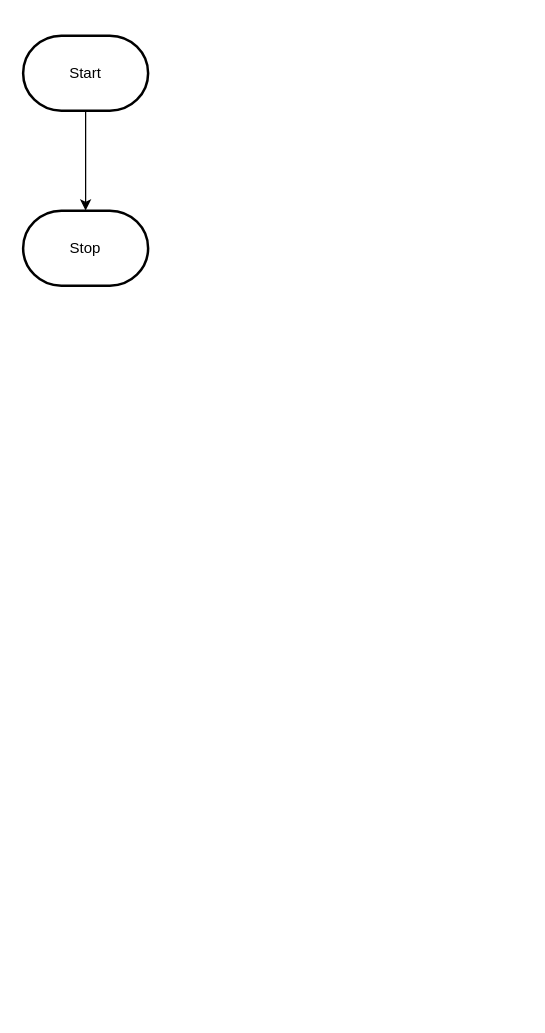
Before: design/flowchart.drawio in MTHS-ICS2O-2-2022/ICS2O-Unit-5-01-jakub-malhotra, a draw.io diagram. Source tidied: cells renumbered, new cells numbered last; positions are measured from the earlier drawing's top-left corner, leaving out a move shared by most shapes. Both pictures are drawn from the tidied source at 125%, with x=0, y=0 at pixel (22, 35).
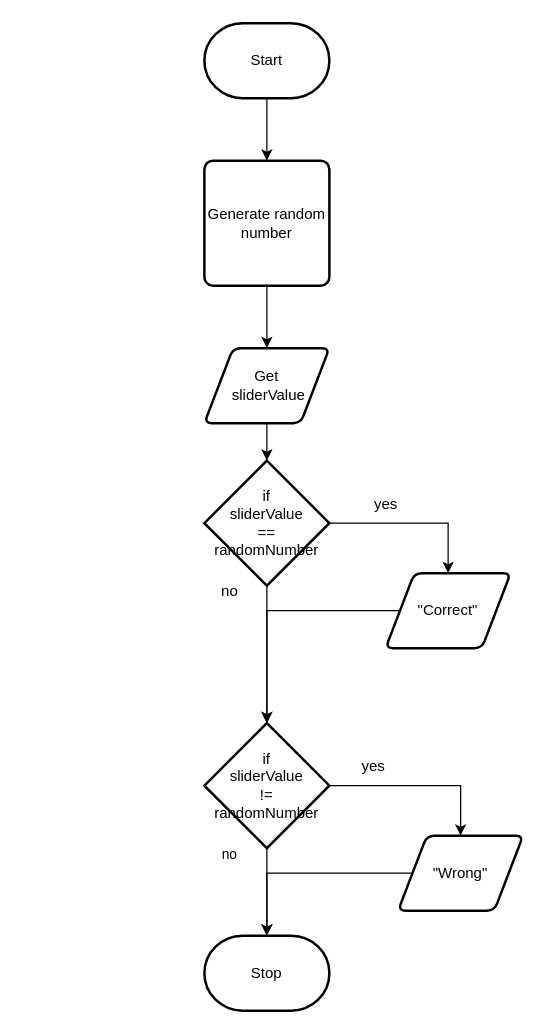
The same diagram, later.

Diff of the diagram source:
```diff
@@
-    <mxCell id="2" style="edgeStyle=orthogonalEdgeStyle;html=1;rounded=0;" parent="1" edge="1" source="3" target="4">
-      <mxGeometry relative="1" as="geometry" />
-    </mxCell>
+    <mxCell id="5" style="edgeStyle=none;html=1;exitX=0.5;exitY=1;exitDx=0;exitDy=0;exitPerimeter=0;entryX=0.5;entryY=0;entryDx=0;entryDy=0;" parent="1" edge="1" source="3" target="2">
+      <mxGeometry relative="1" as="geometry" />
+    </mxCell>
     <mxCell id="3" value="Start" style="strokeWidth=2;html=1;shape=mxgraph.flowchart.terminator;whiteSpace=wrap;" parent="1" vertex="1">
-      <mxGeometry width="100" height="60" as="geometry" />
+      <mxGeometry x="145" y="-10" width="100" height="60" as="geometry" />
     </mxCell>
     <mxCell id="4" value="Stop" style="strokeWidth=2;html=1;shape=mxgraph.flowchart.terminator;whiteSpace=wrap;" parent="1" vertex="1">
-      <mxGeometry y="140" width="100" height="60" as="geometry" />
+      <mxGeometry x="145" y="720" width="100" height="60" as="geometry" />
     </mxCell>
+    <mxCell id="6" style="edgeStyle=orthogonalEdgeStyle;html=1;exitX=0.5;exitY=1;exitDx=0;exitDy=0;entryX=0.5;entryY=0;entryDx=0;entryDy=0;" parent="1" edge="1" source="2" target="8">
+      <mxGeometry relative="1" as="geometry" />
+    </mxCell>
+    <mxCell id="2" value="Generate random number" style="rounded=1;whiteSpace=wrap;html=1;absoluteArcSize=1;arcSize=14;strokeWidth=2;" parent="1" vertex="1">
+      <mxGeometry x="145" y="100" width="100" height="100" as="geometry" />
+    </mxCell>
+    <mxCell id="7" style="edgeStyle=orthogonalEdgeStyle;html=1;exitX=0.5;exitY=1;exitDx=0;exitDy=0;entryX=0.5;entryY=0;entryDx=0;entryDy=0;entryPerimeter=0;" parent="1" edge="1" source="8" target="11">
+      <mxGeometry relative="1" as="geometry" />
+    </mxCell>
+    <mxCell id="8" value="Get&lt;br&gt;&amp;nbsp;sliderValue" style="shape=parallelogram;html=1;strokeWidth=2;perimeter=parallelogramPerimeter;whiteSpace=wrap;rounded=1;arcSize=12;size=0.23;" parent="1" vertex="1">
+      <mxGeometry x="145" y="250" width="100" height="60" as="geometry" />
+    </mxCell>
+    <mxCell id="9" style="edgeStyle=orthogonalEdgeStyle;html=1;exitX=1;exitY=0.5;exitDx=0;exitDy=0;exitPerimeter=0;entryX=0.5;entryY=0;entryDx=0;entryDy=0;rounded=0;" parent="1" edge="1" source="11" target="14">
+      <mxGeometry relative="1" as="geometry" />
+    </mxCell>
+    <mxCell id="10" style="edgeStyle=orthogonalEdgeStyle;rounded=0;html=1;exitX=0.5;exitY=1;exitDx=0;exitDy=0;exitPerimeter=0;entryX=0.5;entryY=0;entryDx=0;entryDy=0;entryPerimeter=0;" parent="1" edge="1" source="11" target="18">
+      <mxGeometry relative="1" as="geometry" />
+    </mxCell>
+    <mxCell id="11" value="if&lt;br&gt;sliderValue&lt;br&gt;==&lt;br&gt;randomNumber" style="strokeWidth=2;html=1;shape=mxgraph.flowchart.decision;whiteSpace=wrap;" parent="1" vertex="1">
+      <mxGeometry x="145" y="340" width="100" height="100" as="geometry" />
+    </mxCell>
+    <mxCell id="12" style="edgeStyle=orthogonalEdgeStyle;rounded=0;html=1;exitX=0;exitY=0.5;exitDx=0;exitDy=0;entryX=1.141;entryY=0.693;entryDx=0;entryDy=0;entryPerimeter=0;strokeColor=none;" parent="1" edge="1" source="14" target="19">
+      <mxGeometry relative="1" as="geometry" />
+    </mxCell>
+    <mxCell id="13" style="edgeStyle=orthogonalEdgeStyle;shape=connector;rounded=0;html=1;labelBackgroundColor=default;strokeColor=default;fontFamily=Helvetica;fontSize=11;fontColor=default;endArrow=classic;" parent="1" edge="1" source="14" target="18">
+      <mxGeometry relative="1" as="geometry">
+        <Array as="points">
+          <mxPoint x="195" y="460" />
+        </Array>
+      </mxGeometry>
+    </mxCell>
+    <mxCell id="14" value="&quot;Correct&quot;" style="shape=parallelogram;html=1;strokeWidth=2;perimeter=parallelogramPerimeter;whiteSpace=wrap;rounded=1;arcSize=12;size=0.23;" parent="1" vertex="1">
+      <mxGeometry x="290" y="430" width="100" height="60" as="geometry" />
+    </mxCell>
+    <mxCell id="15" value="yes" style="text;html=1;align=center;verticalAlign=middle;strokeColor=none;fillColor=none;" parent="1" vertex="1">
+      <mxGeometry x="270" y="360" width="40" height="30" as="geometry" />
+    </mxCell>
+    <mxCell id="16" style="edgeStyle=orthogonalEdgeStyle;shape=connector;rounded=0;html=1;exitX=1;exitY=0.5;exitDx=0;exitDy=0;exitPerimeter=0;entryX=0.5;entryY=0;entryDx=0;entryDy=0;labelBackgroundColor=default;strokeColor=default;fontFamily=Helvetica;fontSize=11;fontColor=default;endArrow=classic;" parent="1" edge="1" source="18" target="21">
+      <mxGeometry relative="1" as="geometry" />
+    </mxCell>
+    <mxCell id="17" style="edgeStyle=orthogonalEdgeStyle;shape=connector;rounded=0;html=1;exitX=0.5;exitY=1;exitDx=0;exitDy=0;exitPerimeter=0;entryX=0.5;entryY=0;entryDx=0;entryDy=0;entryPerimeter=0;labelBackgroundColor=default;strokeColor=default;fontFamily=Helvetica;fontSize=11;fontColor=default;endArrow=classic;" parent="1" edge="1" source="18" target="4">
+      <mxGeometry relative="1" as="geometry" />
+    </mxCell>
+    <mxCell id="18" value="if&lt;br&gt;sliderValue&lt;br&gt;!=&lt;br&gt;randomNumber" style="strokeWidth=2;html=1;shape=mxgraph.flowchart.decision;whiteSpace=wrap;" parent="1" vertex="1">
+      <mxGeometry x="145" y="550" width="100" height="100" as="geometry" />
+    </mxCell>
+    <mxCell id="19" value="no" style="text;html=1;align=center;verticalAlign=middle;points=[];strokeColor=none;fillColor=none;" parent="1" vertex="1">
+      <mxGeometry x="145" y="430" width="40" height="30" as="geometry" />
+    </mxCell>
+    <mxCell id="20" style="edgeStyle=orthogonalEdgeStyle;shape=connector;rounded=0;html=1;exitX=0;exitY=0.5;exitDx=0;exitDy=0;entryX=0.5;entryY=0;entryDx=0;entryDy=0;entryPerimeter=0;labelBackgroundColor=default;strokeColor=default;fontFamily=Helvetica;fontSize=11;fontColor=default;endArrow=classic;" parent="1" edge="1" source="21" target="4">
+      <mxGeometry relative="1" as="geometry" />
+    </mxCell>
+    <mxCell id="21" value="&quot;Wrong&quot;" style="shape=parallelogram;html=1;strokeWidth=2;perimeter=parallelogramPerimeter;whiteSpace=wrap;rounded=1;arcSize=12;size=0.23;" parent="1" vertex="1">
+      <mxGeometry x="300" y="640" width="100" height="60" as="geometry" />
+    </mxCell>
+    <mxCell id="22" value="yes" style="text;html=1;align=center;verticalAlign=middle;strokeColor=none;fillColor=none;" parent="1" vertex="1">
+      <mxGeometry x="260" y="570" width="40" height="30" as="geometry" />
+    </mxCell>
+    <mxCell id="23" value="no" style="text;html=1;align=center;verticalAlign=middle;strokeColor=none;fillColor=none;fontSize=11;fontFamily=Helvetica;fontColor=default;" parent="1" vertex="1">
+      <mxGeometry x="145" y="640" width="40" height="30" as="geometry" />
+    </mxCell>
```
